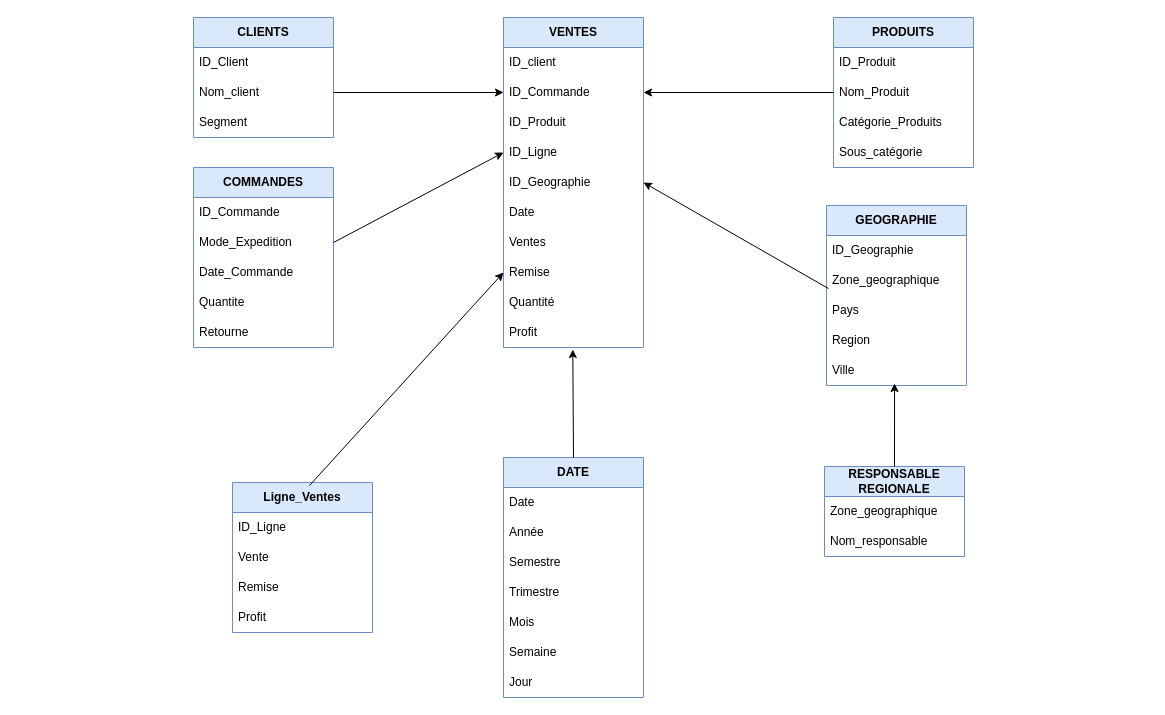
Earlier version of the draw.io diagram page "Test" (3 of 3) of Hypermarket Project/Resources/HypermarketDatamart.drawio (christart-code/BI). Source tidied: cells renumbered, new cells numbered last; positions are measured from the earlier drawing's top-left corner, leaving out a move shared by most shapes. Both pictures are drawn from the tidied source at 100%, with x=0, y=0 at pixel (193, 17).
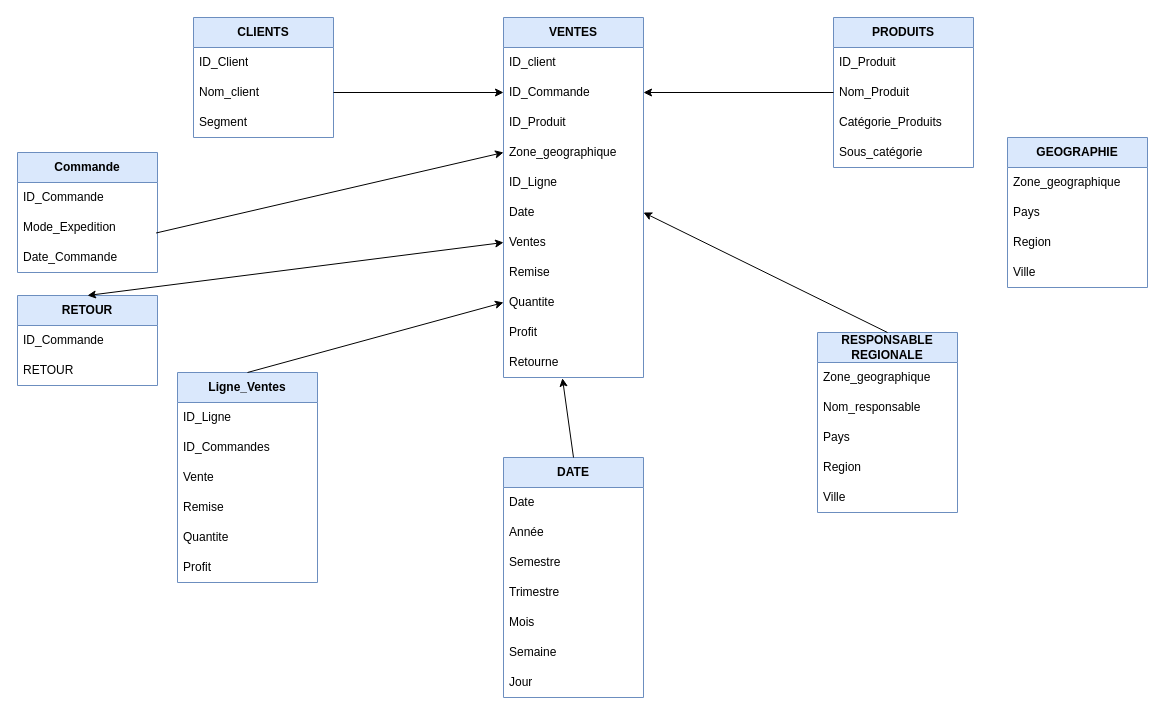
After the change.

Commit message:
Mettre à jour HypermarketDatamart.drawio

Unchanged cells that the change refers to:
```xml
<mxCell id="8" value="Date" style="text;strokeColor=none;fillColor=none;align=left;verticalAlign=middle;spacingLeft=4;spacingRight=4;overflow=hidden;points=[[0,0.5],[1,0.5]];portConstraint=eastwest;whiteSpace=wrap;html=1;" parent="2" vertex="1">
  <mxGeometry y="180" width="140" height="30" as="geometry" />
</mxCell>
<mxCell id="9" value="Ventes" style="text;strokeColor=none;fillColor=none;align=left;verticalAlign=middle;spacingLeft=4;spacingRight=4;overflow=hidden;points=[[0,0.5],[1,0.5]];portConstraint=eastwest;whiteSpace=wrap;html=1;" parent="2" vertex="1">
  <mxGeometry y="210" width="140" height="30" as="geometry" />
</mxCell>
<mxCell id="10" value="Remise" style="text;strokeColor=none;fillColor=none;align=left;verticalAlign=middle;spacingLeft=4;spacingRight=4;overflow=hidden;points=[[0,0.5],[1,0.5]];portConstraint=eastwest;whiteSpace=wrap;html=1;" parent="2" vertex="1">
  <mxGeometry y="240" width="140" height="30" as="geometry" />
</mxCell>
<mxCell id="12" value="Profit" style="text;strokeColor=none;fillColor=none;align=left;verticalAlign=middle;spacingLeft=4;spacingRight=4;overflow=hidden;points=[[0,0.5],[1,0.5]];portConstraint=eastwest;whiteSpace=wrap;html=1;" parent="2" vertex="1">
  <mxGeometry y="300" width="140" height="30" as="geometry" />
</mxCell>
<mxCell id="24" value="Mode_Expedition" style="text;strokeColor=none;fillColor=none;align=left;verticalAlign=middle;spacingLeft=4;spacingRight=4;overflow=hidden;points=[[0,0.5],[1,0.5]];portConstraint=eastwest;whiteSpace=wrap;html=1;" parent="22" vertex="1">
  <mxGeometry y="60" width="140" height="30" as="geometry" />
</mxCell>
<mxCell id="37" value="DATE" style="swimlane;fontStyle=1;horizontal=1;startSize=30;whiteSpace=wrap;html=1;fillColor=#dae8fc;strokeColor=#6c8ebf;" parent="1" vertex="1">
  <mxGeometry x="310" y="440" width="140" height="240" as="geometry" />
</mxCell>
```

Diff of the diagram source:
```diff
@@
     <mxCell id="2" value="VENTES" style="swimlane;fontStyle=1;horizontal=1;startSize=30;whiteSpace=wrap;html=1;fillColor=#dae8fc;strokeColor=#6c8ebf;" parent="1" vertex="1">
-      <mxGeometry x="310" width="140" height="330" as="geometry" />
+      <mxGeometry x="310" width="140" height="360" as="geometry" />
     </mxCell>
@@
+    <mxCell id="35" value="Zone_geographique" style="text;strokeColor=none;fillColor=none;align=left;verticalAlign=middle;spacingLeft=4;spacingRight=4;overflow=hidden;points=[[0,0.5],[1,0.5]];portConstraint=eastwest;whiteSpace=wrap;html=1;" parent="2" vertex="1">
+      <mxGeometry y="120" width="140" height="30" as="geometry" />
+    </mxCell>
     <mxCell id="6" value="ID_Ligne" style="text;strokeColor=none;fillColor=none;align=left;verticalAlign=middle;spacingLeft=4;spacingRight=4;overflow=hidden;points=[[0,0.5],[1,0.5]];portConstraint=eastwest;whiteSpace=wrap;html=1;" parent="2" vertex="1">
-      <mxGeometry y="120" width="140" height="30" as="geometry" />
+      <mxGeometry y="150" width="140" height="30" as="geometry" />
     </mxCell>
-    <mxCell id="7" value="ID_Geographie" style="text;strokeColor=none;fillColor=none;align=left;verticalAlign=middle;spacingLeft=4;spacingRight=4;overflow=hidden;points=[[0,0.5],[1,0.5]];portConstraint=eastwest;whiteSpace=wrap;html=1;" parent="2" vertex="1">
-      <mxGeometry y="150" width="140" height="30" as="geometry" />
-    </mxCell>
@@
-    <mxCell id="11" value="Quantité" style="text;strokeColor=none;fillColor=none;align=left;verticalAlign=middle;spacingLeft=4;spacingRight=4;overflow=hidden;points=[[0,0.5],[1,0.5]];portConstraint=eastwest;whiteSpace=wrap;html=1;" parent="2" vertex="1">
+    <mxCell id="11" value="Quantite" style="text;strokeColor=none;fillColor=none;align=left;verticalAlign=middle;spacingLeft=4;spacingRight=4;overflow=hidden;points=[[0,0.5],[1,0.5]];portConstraint=eastwest;whiteSpace=wrap;html=1;" parent="2" vertex="1">
       <mxGeometry y="270" width="140" height="30" as="geometry" />
     </mxCell>
@@
+    <mxCell id="27" value="Retourne" style="text;strokeColor=none;fillColor=none;align=left;verticalAlign=middle;spacingLeft=4;spacingRight=4;overflow=hidden;points=[[0,0.5],[1,0.5]];portConstraint=eastwest;whiteSpace=wrap;html=1;" parent="2" vertex="1">
+      <mxGeometry y="330" width="140" height="30" as="geometry" />
+    </mxCell>
@@
-    <mxCell id="22" value="COMMANDES" style="swimlane;fontStyle=1;horizontal=1;startSize=30;whiteSpace=wrap;html=1;fillColor=#dae8fc;strokeColor=#6c8ebf;" parent="1" vertex="1">
-      <mxGeometry y="150" width="140" height="180" as="geometry" />
+    <mxCell id="22" value="Commande" style="swimlane;fontStyle=1;horizontal=1;startSize=30;whiteSpace=wrap;html=1;fillColor=#dae8fc;strokeColor=#6c8ebf;" parent="1" vertex="1">
+      <mxGeometry x="-176" y="135" width="140" height="120" as="geometry" />
     </mxCell>
@@
-    <mxCell id="26" value="Quantite" style="text;strokeColor=none;fillColor=none;align=left;verticalAlign=middle;spacingLeft=4;spacingRight=4;overflow=hidden;whiteSpace=wrap;html=1;" parent="22" vertex="1">
-      <mxGeometry y="120" width="140" height="30" as="geometry" />
-    </mxCell>
-    <mxCell id="27" value="Retourne" style="text;strokeColor=none;fillColor=none;align=left;verticalAlign=middle;spacingLeft=4;spacingRight=4;overflow=hidden;points=[[0,0.5],[1,0.5]];portConstraint=eastwest;whiteSpace=wrap;html=1;" parent="22" vertex="1">
-      <mxGeometry y="150" width="140" height="30" as="geometry" />
-    </mxCell>
     <mxCell id="28" value="GEOGRAPHIE" style="swimlane;fontStyle=1;horizontal=1;startSize=30;whiteSpace=wrap;html=1;fillColor=#dae8fc;strokeColor=#6c8ebf;" parent="1" vertex="1">
-      <mxGeometry x="633" y="188" width="140" height="180" as="geometry" />
+      <mxGeometry x="814" y="120" width="140" height="150" as="geometry" />
     </mxCell>
-    <mxCell id="29" value="ID_Geographie" style="text;strokeColor=none;fillColor=none;align=left;verticalAlign=middle;spacingLeft=4;spacingRight=4;overflow=hidden;whiteSpace=wrap;html=1;" parent="28" vertex="1">
-      <mxGeometry y="30" width="140" height="30" as="geometry" />
-    </mxCell>
     <mxCell id="30" value="Zone_geographique" style="text;strokeColor=none;fillColor=none;align=left;verticalAlign=middle;spacingLeft=4;spacingRight=4;overflow=hidden;points=[[0,0.5],[1,0.5]];portConstraint=eastwest;whiteSpace=wrap;html=1;" parent="28" vertex="1">
-      <mxGeometry y="60" width="140" height="30" as="geometry" />
+      <mxGeometry y="30" width="140" height="30" as="geometry" />
     </mxCell>
     <mxCell id="31" value="Pays" style="text;strokeColor=none;fillColor=none;align=left;verticalAlign=middle;spacingLeft=4;spacingRight=4;overflow=hidden;whiteSpace=wrap;html=1;" parent="28" vertex="1">
-      <mxGeometry y="90" width="140" height="30" as="geometry" />
+      <mxGeometry y="60" width="140" height="30" as="geometry" />
     </mxCell>
     <mxCell id="32" value="Region" style="text;strokeColor=none;fillColor=none;align=left;verticalAlign=middle;spacingLeft=4;spacingRight=4;overflow=hidden;whiteSpace=wrap;html=1;" parent="28" vertex="1">
-      <mxGeometry y="120" width="140" height="30" as="geometry" />
+      <mxGeometry y="90" width="140" height="30" as="geometry" />
     </mxCell>
     <mxCell id="33" value="Ville" style="text;strokeColor=none;fillColor=none;align=left;verticalAlign=middle;spacingLeft=4;spacingRight=4;overflow=hidden;points=[[0,0.5],[1,0.5]];portConstraint=eastwest;whiteSpace=wrap;html=1;" parent="28" vertex="1">
-      <mxGeometry y="150" width="140" height="30" as="geometry" />
+      <mxGeometry y="120" width="140" height="30" as="geometry" />
     </mxCell>
     <mxCell id="34" value="RESPONSABLE REGIONALE" style="swimlane;fontStyle=1;horizontal=1;startSize=30;whiteSpace=wrap;html=1;fillColor=#dae8fc;strokeColor=#6c8ebf;" parent="1" vertex="1">
-      <mxGeometry x="631" y="449" width="140" height="90" as="geometry" />
+      <mxGeometry x="624" y="315" width="140" height="180" as="geometry" />
     </mxCell>
-    <mxCell id="35" value="Zone_geographique" style="text;strokeColor=none;fillColor=none;align=left;verticalAlign=middle;spacingLeft=4;spacingRight=4;overflow=hidden;points=[[0,0.5],[1,0.5]];portConstraint=eastwest;whiteSpace=wrap;html=1;" parent="34" vertex="1">
-      <mxGeometry y="30" width="140" height="30" as="geometry" />
-    </mxCell>
-    <mxCell id="36" value="Nom_responsable" style="text;strokeColor=none;fillColor=none;align=left;verticalAlign=middle;spacingLeft=4;spacingRight=4;overflow=hidden;whiteSpace=wrap;html=1;" parent="34" vertex="1">
-      <mxGeometry y="60" width="140" height="30" as="geometry" />
+    <mxCell id="36" value="Zone_geographique" style="text;strokeColor=none;fillColor=none;align=left;verticalAlign=middle;spacingLeft=4;spacingRight=4;overflow=hidden;whiteSpace=wrap;html=1;" parent="34" vertex="1">
+      <mxGeometry y="30" width="140" height="30" as="geometry" />
     </mxCell>
+    <mxCell id="57" value="Nom_responsable" style="text;strokeColor=none;fillColor=none;align=left;verticalAlign=middle;spacingLeft=4;spacingRight=4;overflow=hidden;whiteSpace=wrap;html=1;" parent="34" vertex="1">
+      <mxGeometry y="60" width="140" height="30" as="geometry" />
+    </mxCell>
+    <mxCell id="58" value="Pays" style="text;strokeColor=none;fillColor=none;align=left;verticalAlign=middle;spacingLeft=4;spacingRight=4;overflow=hidden;whiteSpace=wrap;html=1;" parent="34" vertex="1">
+      <mxGeometry y="90" width="140" height="30" as="geometry" />
+    </mxCell>
+    <mxCell id="59" value="Region" style="text;strokeColor=none;fillColor=none;align=left;verticalAlign=middle;spacingLeft=4;spacingRight=4;overflow=hidden;whiteSpace=wrap;html=1;" parent="34" vertex="1">
+      <mxGeometry y="120" width="140" height="30" as="geometry" />
+    </mxCell>
+    <mxCell id="60" value="Ville" style="text;strokeColor=none;fillColor=none;align=left;verticalAlign=middle;spacingLeft=4;spacingRight=4;overflow=hidden;whiteSpace=wrap;html=1;" parent="34" vertex="1">
+      <mxGeometry y="150" width="140" height="30" as="geometry" />
+    </mxCell>
@@
-    <mxCell id="47" style="endArrow=classic;html=1;rounded=0;entryX=0.495;entryY=1.067;entryDx=0;entryDy=0;entryPerimeter=0;exitX=0.5;exitY=0;exitDx=0;exitDy=0;" parent="1" edge="1" source="37" target="12">
+    <mxCell id="47" style="endArrow=classic;html=1;rounded=0;exitX=0.5;exitY=0;exitDx=0;exitDy=0;entryX=0.421;entryY=1.025;entryDx=0;entryDy=0;entryPerimeter=0;" parent="1" edge="1" source="37" target="27">
       <mxGeometry relative="1" as="geometry" />
     </mxCell>
     <mxCell id="48" value="Ligne_Ventes" style="swimlane;fontStyle=1;horizontal=1;startSize=30;whiteSpace=wrap;html=1;fillColor=#dae8fc;strokeColor=#6c8ebf;" parent="1" vertex="1">
-      <mxGeometry x="39" y="465" width="140" height="150" as="geometry" />
+      <mxGeometry x="-16" y="355" width="140" height="210" as="geometry" />
     </mxCell>
+    <mxCell id="61" value="ID_Ligne" style="text;strokeColor=none;fillColor=none;align=left;verticalAlign=middle;spacingLeft=4;spacingRight=4;overflow=hidden;whiteSpace=wrap;html=1;" parent="48" vertex="1">
+      <mxGeometry y="30" width="140" height="30" as="geometry" />
+    </mxCell>
-    <mxCell id="49" value="ID_Ligne" style="text;strokeColor=none;fillColor=none;align=left;verticalAlign=middle;spacingLeft=4;spacingRight=4;overflow=hidden;whiteSpace=wrap;html=1;" parent="48" vertex="1">
-      <mxGeometry y="30" width="140" height="30" as="geometry" />
+    <mxCell id="49" value="ID_Commandes" style="text;strokeColor=none;fillColor=none;align=left;verticalAlign=middle;spacingLeft=4;spacingRight=4;overflow=hidden;whiteSpace=wrap;html=1;" parent="48" vertex="1">
+      <mxGeometry y="60" width="140" height="30" as="geometry" />
     </mxCell>
     <mxCell id="50" value="Vente" style="text;strokeColor=none;fillColor=none;align=left;verticalAlign=middle;spacingLeft=4;spacingRight=4;overflow=hidden;whiteSpace=wrap;html=1;" parent="48" vertex="1">
-      <mxGeometry y="60" width="140" height="30" as="geometry" />
+      <mxGeometry y="90" width="140" height="30" as="geometry" />
     </mxCell>
+    <mxCell id="62" value="Remise" style="text;strokeColor=none;fillColor=none;align=left;verticalAlign=middle;spacingLeft=4;spacingRight=4;overflow=hidden;whiteSpace=wrap;html=1;" parent="48" vertex="1">
+      <mxGeometry y="120" width="140" height="30" as="geometry" />
+    </mxCell>
-    <mxCell id="51" value="Remise" style="text;strokeColor=none;fillColor=none;align=left;verticalAlign=middle;spacingLeft=4;spacingRight=4;overflow=hidden;whiteSpace=wrap;html=1;" parent="48" vertex="1">
-      <mxGeometry y="90" width="140" height="30" as="geometry" />
+    <mxCell id="51" value="Quantite" style="text;strokeColor=none;fillColor=none;align=left;verticalAlign=middle;spacingLeft=4;spacingRight=4;overflow=hidden;whiteSpace=wrap;html=1;" parent="48" vertex="1">
+      <mxGeometry y="150" width="140" height="30" as="geometry" />
     </mxCell>
     <mxCell id="52" value="Profit" style="text;strokeColor=none;fillColor=none;align=left;verticalAlign=middle;spacingLeft=4;spacingRight=4;overflow=hidden;whiteSpace=wrap;html=1;" parent="48" vertex="1">
-      <mxGeometry y="120" width="140" height="30" as="geometry" />
+      <mxGeometry y="180" width="140" height="30" as="geometry" />
     </mxCell>
-    <mxCell id="53" style="endArrow=classic;html=1;rounded=0;exitX=0.55;exitY=0.02;exitDx=0;exitDy=0;exitPerimeter=0;entryX=0;entryY=0.5;entryDx=0;entryDy=0;" parent="1" edge="1" source="48" target="10">
-      <mxGeometry relative="1" as="geometry" />
-    </mxCell>
-    <mxCell id="54" style="endArrow=classic;html=1;rounded=0;exitX=0.5;exitY=0;exitDx=0;exitDy=0;entryX=0.486;entryY=0.933;entryDx=0;entryDy=0;entryPerimeter=0;" parent="1" edge="1" source="34" target="33">
-      <mxGeometry relative="1" as="geometry" />
-    </mxCell>
-    <mxCell id="55" style="endArrow=classic;html=1;rounded=0;exitX=1;exitY=0.5;exitDx=0;exitDy=0;entryX=0;entryY=0.5;entryDx=0;entryDy=0;" parent="1" edge="1" source="24" target="6">
-      <mxGeometry relative="1" as="geometry" />
-    </mxCell>
-    <mxCell id="56" style="endArrow=classic;html=1;rounded=0;entryX=1;entryY=0.5;entryDx=0;entryDy=0;exitX=0.014;exitY=0.767;exitDx=0;exitDy=0;exitPerimeter=0;" parent="1" edge="1" source="30" target="7">
-      <mxGeometry relative="1" as="geometry" />
-    </mxCell>
+    <mxCell id="63" style="endArrow=classic;html=1;rounded=0;exitX=0.5;exitY=0;exitDx=0;exitDy=0;entryX=1;entryY=0.5;entryDx=0;entryDy=0;" parent="1" edge="1" source="34" target="8">
+      <mxGeometry relative="1" as="geometry" />
+    </mxCell>
+    <mxCell id="64" style="endArrow=classic;html=1;rounded=0;exitX=0.99;exitY=0.683;exitDx=0;exitDy=0;exitPerimeter=0;entryX=0;entryY=0.5;entryDx=0;entryDy=0;" parent="1" edge="1" source="24" target="35">
+      <mxGeometry relative="1" as="geometry" />
+    </mxCell>
+    <mxCell id="65" value="RETOUR" style="swimlane;fontStyle=1;horizontal=1;startSize=30;whiteSpace=wrap;html=1;fillColor=#dae8fc;strokeColor=#6c8ebf;" parent="1" vertex="1">
+      <mxGeometry x="-176" y="278" width="140" height="90" as="geometry" />
+    </mxCell>
+    <mxCell id="66" value="ID_Commande" style="text;strokeColor=none;fillColor=none;align=left;verticalAlign=middle;spacingLeft=4;spacingRight=4;overflow=hidden;whiteSpace=wrap;html=1;" parent="65" vertex="1">
+      <mxGeometry y="30" width="140" height="30" as="geometry" />
+    </mxCell>
+    <mxCell id="67" value="RETOUR" style="text;strokeColor=none;fillColor=none;align=left;verticalAlign=middle;spacingLeft=4;spacingRight=4;overflow=hidden;whiteSpace=wrap;html=1;" parent="65" vertex="1">
+      <mxGeometry y="60" width="140" height="30" as="geometry" />
+    </mxCell>
+    <mxCell id="68" style="endArrow=classic;startArrow=classic;html=1;rounded=0;exitX=0.5;exitY=0;exitDx=0;exitDy=0;entryX=0;entryY=0.5;entryDx=0;entryDy=0;" parent="1" edge="1" source="65" target="9">
+      <mxGeometry relative="1" as="geometry" />
+    </mxCell>
+    <mxCell id="69" style="endArrow=classic;html=1;rounded=0;exitX=0.5;exitY=0;exitDx=0;exitDy=0;entryX=0;entryY=0.5;entryDx=0;entryDy=0;" parent="1" edge="1" source="48" target="11">
+      <mxGeometry relative="1" as="geometry" />
+    </mxCell>
```
